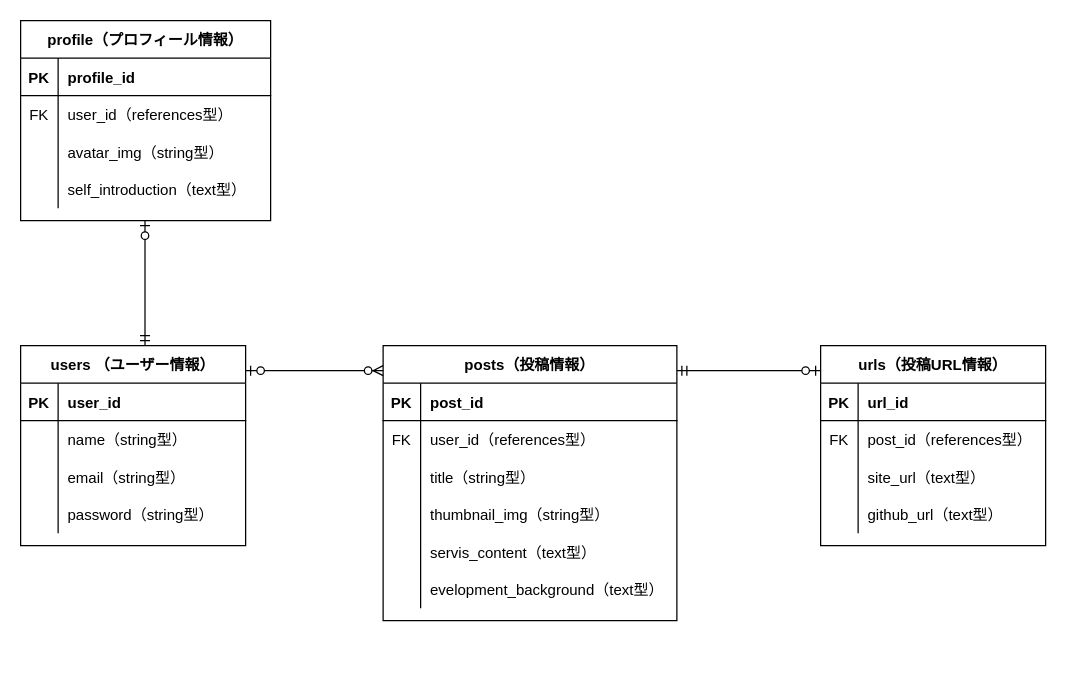
Above: src/ER.dio in kuma-24/portfolios-museum (draw.io), before the change. Source tidied: cells renumbered, new cells numbered last; positions are measured from the earlier drawing's top-left corner, leaving out a move shared by most shapes. Both pictures are drawn from the tidied source at 125%, with x=0, y=0 at pixel (20, 20).
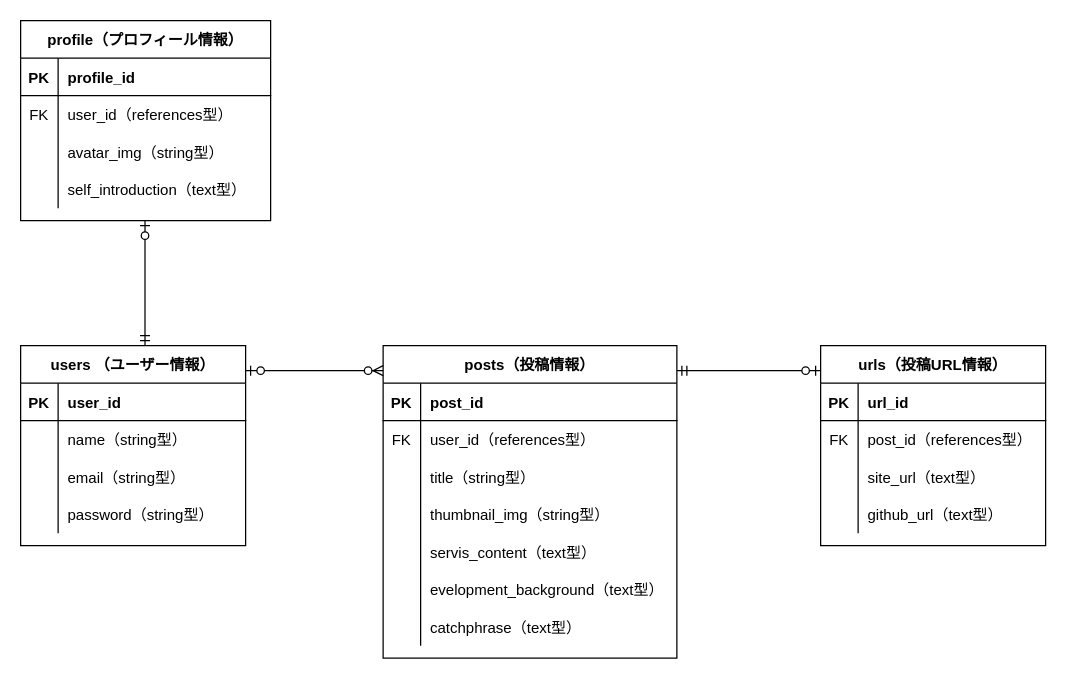
After the change.

Change to the diagram source:
```diff
@@
     <mxCell id="28" value="posts（投稿情報）" style="shape=table;startSize=30;childLayout=tableLayout;rowLines=0;fontStyle=1;align=center;" parent="1" vertex="1">
-      <mxGeometry x="290" y="260" width="235" height="220" as="geometry" />
+      <mxGeometry x="290" y="260" width="235" height="250" as="geometry" />
     </mxCell>
@@
+    <mxCell id="63" style="shape=partialRectangle;fillColor=none;top=0;left=0;bottom=0;right=0;" parent="28" vertex="1">
+      <mxGeometry y="210" width="235" height="30" as="geometry" />
+    </mxCell>
+    <mxCell id="64" style="shape=partialRectangle;fillColor=none;top=0;left=0;bottom=0;right=0;overflow=hidden;" parent="63" vertex="1">
+      <mxGeometry width="30" height="30" as="geometry" />
+    </mxCell>
+    <mxCell id="65" value="catchphrase（text型）" style="shape=partialRectangle;fillColor=none;top=0;left=0;bottom=0;right=0;align=left;spacingLeft=6;overflow=hidden;" parent="63" vertex="1">
+      <mxGeometry x="30" width="205" height="30" as="geometry" />
+    </mxCell>
```
